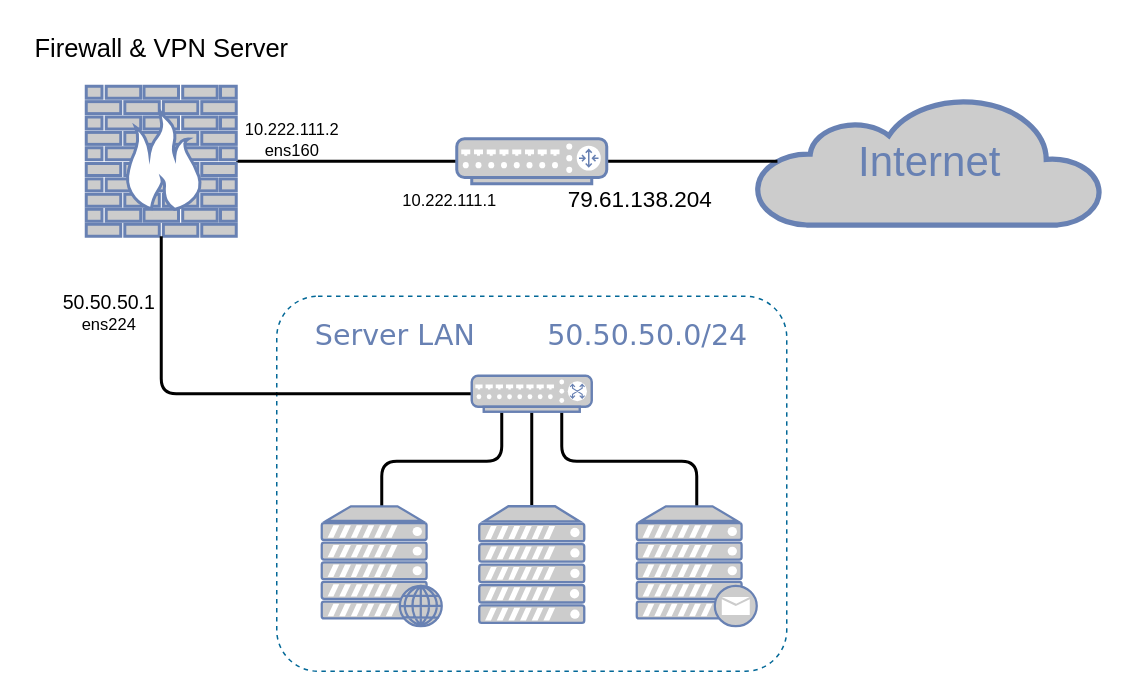
Above: page "Page-1" (1 of 5) of networkDiagram.drawio in filippovisconti/thesis (draw.io), before the change. Source tidied: cells renumbered, new cells numbered last; positions are measured from the earlier drawing's top-left corner, leaving out a move shared by most shapes. Both pictures are drawn from the tidied source at 150%, with x=0, y=0 at pixel (26, 26).
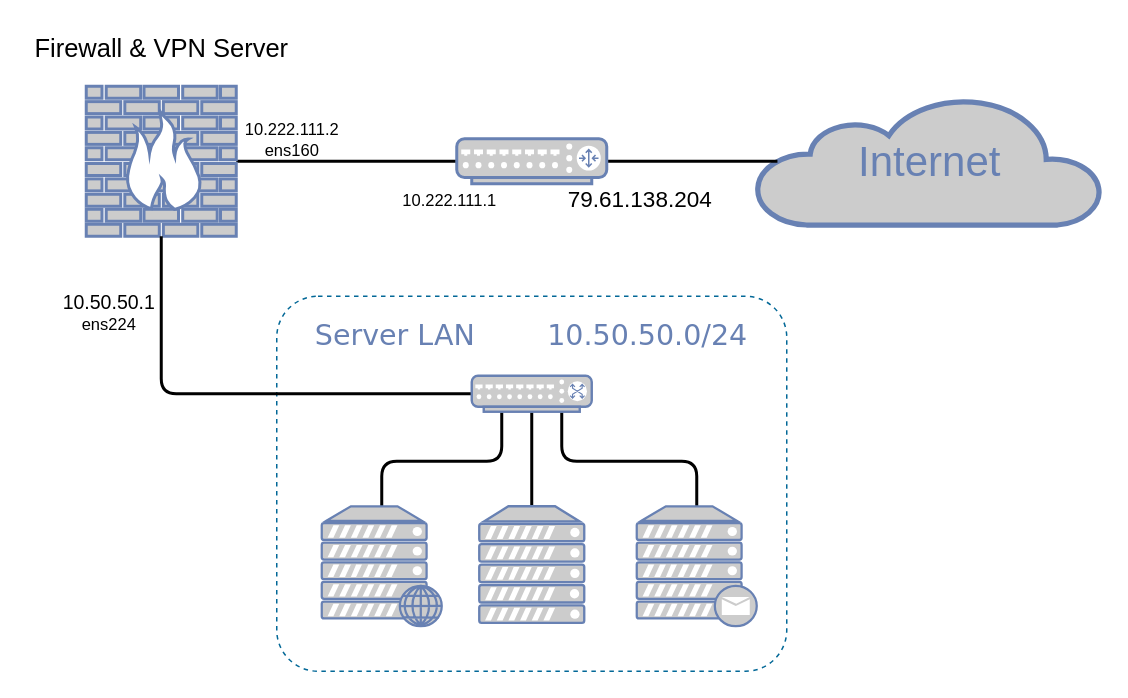
After the change.

The change refers to these unchanged cells:
```xml
<mxCell id="10" style="edgeStyle=orthogonalEdgeStyle;html=1;labelBackgroundColor=none;endArrow=none;endFill=0;strokeWidth=2;fontFamily=Verdana;fontSize=28;fontColor=#6881B3;entryX=0.5;entryY=1;entryDx=0;entryDy=0;entryPerimeter=0;" parent="1" edge="1" source="15" target="7">
  <mxGeometry relative="1" as="geometry" />
</mxCell>
```

Diff of the diagram source:
```diff
@@
-    <mxCell id="2" value="&lt;font style=&quot;font-size: 19px;&quot;&gt;Server LAN&amp;nbsp; &amp;nbsp; &amp;nbsp; &amp;nbsp; 50.50.50.0/24&lt;/font&gt;" style="rounded=1;whiteSpace=wrap;html=1;shadow=0;comic=0;strokeColor=#036897;strokeWidth=1;fillColor=none;fontFamily=Verdana;fontSize=28;fontColor=#6881B3;align=center;arcSize=11;verticalAlign=top;dashed=1;" parent="1" vertex="1">
+    <mxCell id="2" value="&lt;font style=&quot;font-size: 19px;&quot;&gt;Server LAN&amp;nbsp; &amp;nbsp; &amp;nbsp; &amp;nbsp; 10.50.50.0/24&lt;/font&gt;" style="rounded=1;whiteSpace=wrap;html=1;shadow=0;comic=0;strokeColor=#036897;strokeWidth=1;fillColor=none;fontFamily=Verdana;fontSize=28;fontColor=#6881B3;align=center;arcSize=11;verticalAlign=top;dashed=1;" parent="1" vertex="1">
       <mxGeometry x="167" y="180" width="340" height="250" as="geometry" />
     </mxCell>
@@
-    <mxCell id="11" value="&lt;font style=&quot;font-size: 13px;&quot;&gt;50.50.50.1&lt;/font&gt;&lt;br&gt;ens224" style="edgeLabel;html=1;align=center;verticalAlign=middle;labelBackgroundColor=none;" parent="10" vertex="1">
+    <mxCell id="11" value="&lt;font style=&quot;font-size: 13px;&quot;&gt;10.50.50.1&lt;/font&gt;&lt;br&gt;ens224" style="edgeLabel;html=1;align=center;verticalAlign=middle;labelBackgroundColor=none;" parent="10" vertex="1">
       <mxGeometry x="0.68" y="-2" relative="1" as="geometry">
         <mxPoint x="-38" as="offset" />
       </mxGeometry>
     </mxCell>
```
